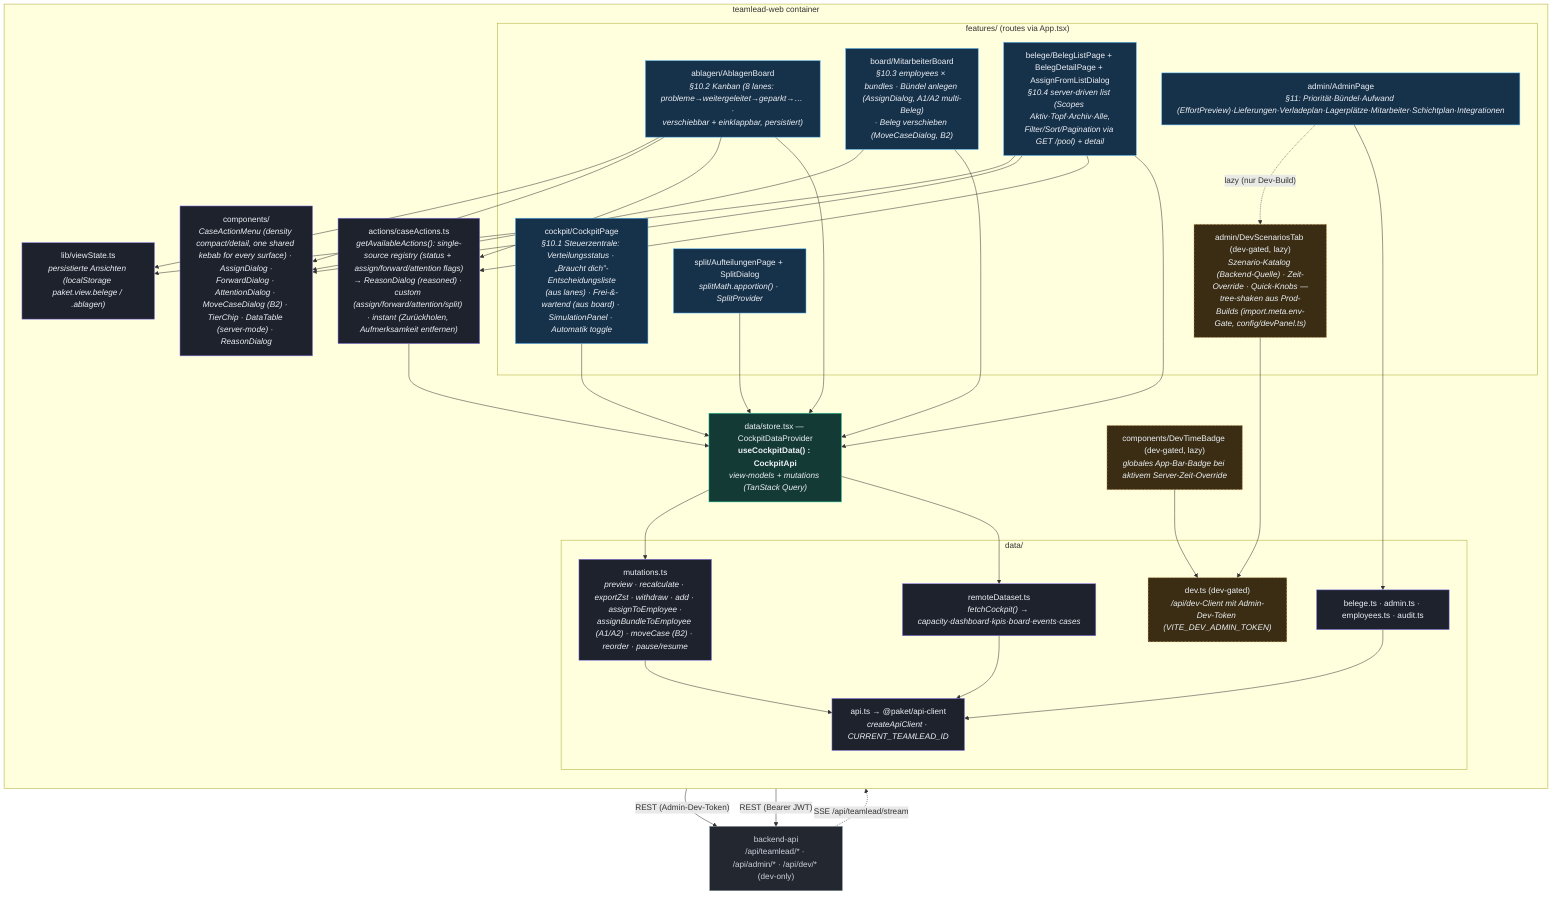
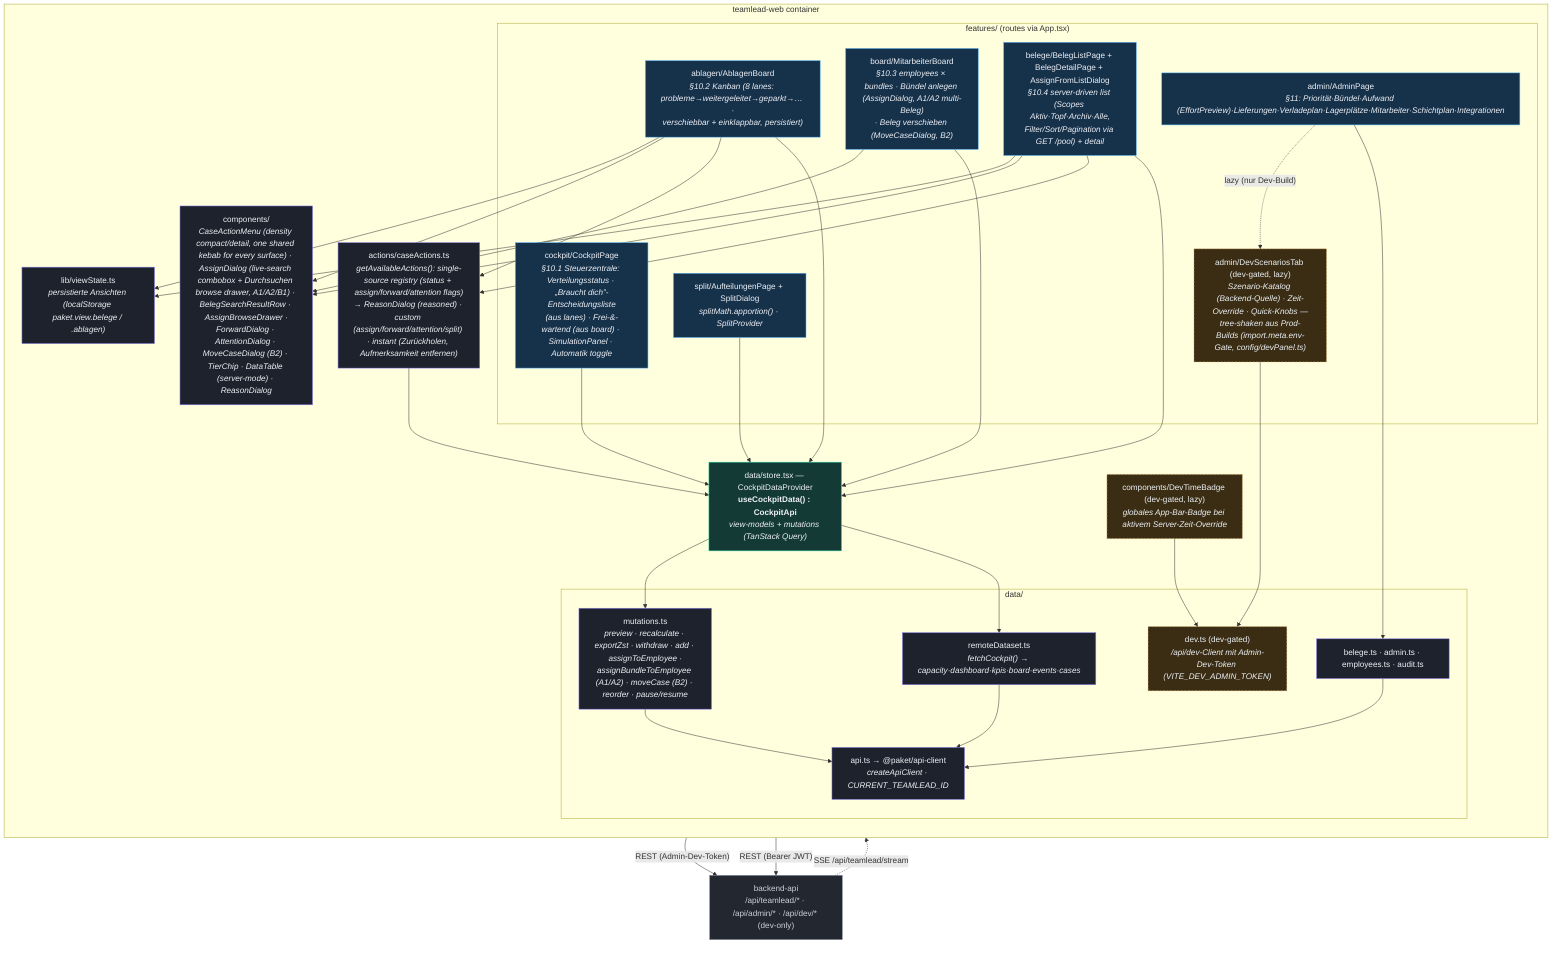
%% C4 Level 3 — Components: teamlead-web (React + Vite + MUI, TanStack Query)
%% Verified against apps/teamlead-web/src/* (features/, data/, actions/, components/).
flowchart TB
    classDef feat fill:#16314a,stroke:#56b6ff,color:#eef1f6;
    classDef store fill:#143a35,stroke:#2dd4a7,color:#eef1f6;
    classDef logic fill:#1d222c,stroke:#8b7cf6,color:#eef1f6;
    classDef ext fill:#23272f,stroke:#7c8696,color:#cbd2dd;
    classDef dev fill:#3a2d14,stroke:#e5b567,color:#eef1f6,stroke-dasharray:4 3;

    api["backend-api<br/>/api/teamlead/* · /api/admin/* · /api/dev/* (dev-only)"]:::ext

    subgraph web["teamlead-web container"]
        direction TB
        subgraph features["features/ (routes via App.tsx)"]
            cockpit["cockpit/CockpitPage<br/><i>§10.1 Steuerzentrale: Verteilungsstatus · „Braucht dich”-Entscheidungsliste<br/>(aus lanes) · Frei-&amp;-wartend (aus board) · SimulationPanel · Automatik toggle</i>"]:::feat
            ablagen["ablagen/AblagenBoard<br/><i>§10.2 Kanban (8 lanes: probleme→weitergeleitet→geparkt→… ·<br/>verschiebbar + einklappbar, persistiert)</i>"]:::feat
            board["board/MitarbeiterBoard<br/><i>§10.3 employees × bundles · Bündel anlegen (AssignDialog, A1/A2 multi-Beleg)<br/>· Beleg verschieben (MoveCaseDialog, B2)</i>"]:::feat
            belege["belege/BelegListPage + BelegDetailPage + AssignFromListDialog<br/><i>§10.4 server-driven list (Scopes Aktiv·Topf·Archiv·Alle,<br/>Filter/Sort/Pagination via GET /pool) + detail</i>"]:::feat
            split["split/AufteilungenPage + SplitDialog<br/><i>splitMath.apportion() · SplitProvider</i>"]:::feat
            admin["admin/AdminPage<br/><i>§11: Priorität·Bündel·Aufwand (EffortPreview)·Lieferungen·Verladeplan·Lagerplätze·Mitarbeiter·Schichtplan·Integrationen</i>"]:::feat
            devtab["admin/DevScenariosTab (dev-gated, lazy)<br/><i>Szenario-Katalog (Backend-Quelle) · Zeit-Override · Quick-Knobs —<br/>tree-shaken aus Prod-Builds (import.meta.env-Gate, config/devPanel.ts)</i>"]:::dev
        end
        devbadge["components/DevTimeBadge (dev-gated, lazy)<br/><i>globales App-Bar-Badge bei aktivem Server-Zeit-Override</i>"]:::dev
        store["data/store.tsx — CockpitDataProvider<br/><b>useCockpitData() : CockpitApi</b><br/><i>view-models + mutations (TanStack Query)</i>"]:::store
        subgraph datal["data/"]
            remote["remoteDataset.ts<br/><i>fetchCockpit() → capacity·dashboard·kpis·board·events·cases</i>"]:::logic
            belegeData["belege.ts · admin.ts · employees.ts · audit.ts"]:::logic
            devData["dev.ts (dev-gated)<br/><i>/api/dev-Client mit Admin-Dev-Token (VITE_DEV_ADMIN_TOKEN)</i>"]:::dev
            mutations["mutations.ts<br/><i>preview · recalculate · exportZst · withdraw · add · assignToEmployee ·<br/>assignBundleToEmployee (A1/A2) · moveCase (B2) · reorder · pause/resume</i>"]:::logic
            apiClient["api.ts → @paket/api-client<br/><i>createApiClient · CURRENT_TEAMLEAD_ID</i>"]:::logic
        end
        actions["actions/caseActions.ts<br/><i>getAvailableActions(): single-source registry (status + assign/forward/attention flags)<br/>→ ReasonDialog (reasoned) · custom (assign/forward/attention/split) · instant (Zurückholen, Aufmerksamkeit entfernen)</i>"]:::logic
-         shared["components/<br/><i>CaseActionMenu (density compact/detail, one shared kebab for every surface) · AssignDialog ·<br/>ForwardDialog · AttentionDialog · MoveCaseDialog (B2) · TierChip · DataTable (server-mode) · ReasonDialog</i>"]:::logic
+         shared["components/<br/><i>CaseActionMenu (density compact/detail, one shared kebab for every surface) · AssignDialog (live-search combobox + Durchsuchen browse drawer, A1/A2/B1) · BelegSearchResultRow · AssignBrowseDrawer ·<br/>ForwardDialog · AttentionDialog · MoveCaseDialog (B2) · TierChip · DataTable (server-mode) · ReasonDialog</i>"]:::logic
        viewState["lib/viewState.ts<br/><i>persistierte Ansichten (localStorage paket.view.belege / .ablagen)</i>"]:::logic
    end

    cockpit --> store
    ablagen --> store
    board --> store
    belege --> store
    split --> store
    admin --> belegeData
    admin -. "lazy (nur Dev-Build)" .-> devtab
    devtab --> devData
    devbadge --> devData
    devData -->|"REST (Admin-Dev-Token)"| api
    ablagen --> actions
    belege --> actions
    actions --> store
    board --> shared
    ablagen --> shared
    belege --> shared
    ablagen --> viewState
    belege --> viewState
    store --> remote
    store --> mutations
    remote --> apiClient
    mutations --> apiClient
    belegeData --> apiClient
    apiClient -->|"REST (Bearer JWT)"| api
    api -. "SSE /api/teamlead/stream" .-> store
